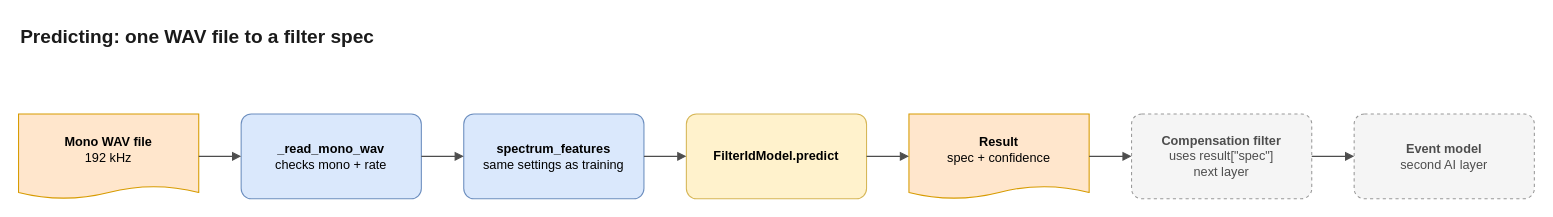
Before: page "3 · Predicting" (3 of 4) of docs/code-map/filter-id-code-map.drawio in Dialovos/fpga-audio-source-classifier, a draw.io diagram. Source tidied: cells renumbered, new cells numbered last; positions are measured from the earlier drawing's top-left corner, leaving out a move shared by most shapes. Both pictures are drawn from the tidied source at 106%, with x=0, y=0 at pixel (18, 18).
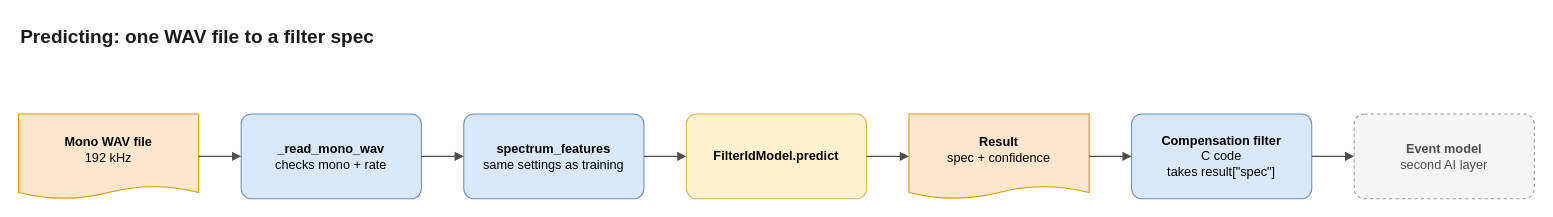
The same diagram, later.

What changed in the source:
```diff
@@
 <mxGraphModel>
   <root>
     <mxCell id="0" />
     <mxCell id="1" parent="0" />
     <mxCell id="2" value="Predicting: one WAV file to a filter spec" style="text;html=1;align=left;verticalAlign=middle;fontSize=18;fontStyle=1;fontColor=#1a1a1a;" parent="1" vertex="1">
       <mxGeometry width="700" height="36" as="geometry" />
     </mxCell>
     <mxCell id="3" value="&lt;b&gt;Mono WAV file&lt;/b&gt;&lt;br&gt;192 kHz" style="shape=document;size=0.15;boundedLbl=1;whiteSpace=wrap;html=1;fontSize=12;fillColor=#ffe6cc;strokeColor=#d79b00;" parent="1" vertex="1">
       <mxGeometry y="90" width="170" height="80" as="geometry" />
     </mxCell>
     <mxCell id="4" value="&lt;b&gt;_read_mono_wav&lt;/b&gt;&lt;br&gt;checks mono + rate" style="rounded=1;arcSize=12;whiteSpace=wrap;html=1;fontSize=12;fillColor=#dae8fc;strokeColor=#6c8ebf;" parent="1" vertex="1">
       <mxGeometry x="210" y="90" width="170" height="80" as="geometry" />
     </mxCell>
     <mxCell id="5" value="&lt;b&gt;spectrum_features&lt;/b&gt;&lt;br&gt;same settings as training" style="rounded=1;arcSize=12;whiteSpace=wrap;html=1;fontSize=12;fillColor=#dae8fc;strokeColor=#6c8ebf;" parent="1" vertex="1">
       <mxGeometry x="420" y="90" width="170" height="80" as="geometry" />
     </mxCell>
     <mxCell id="6" value="&lt;b&gt;FilterIdModel.predict&lt;/b&gt;" style="rounded=1;arcSize=12;whiteSpace=wrap;html=1;fontSize=12;fillColor=#fff2cc;strokeColor=#d6b656;" parent="1" vertex="1">
       <mxGeometry x="630" y="90" width="170" height="80" as="geometry" />
     </mxCell>
     <mxCell id="7" value="&lt;b&gt;Result&lt;/b&gt;&lt;br&gt;spec + confidence" style="shape=document;size=0.15;boundedLbl=1;whiteSpace=wrap;html=1;fontSize=12;fillColor=#ffe6cc;strokeColor=#d79b00;" parent="1" vertex="1">
       <mxGeometry x="840" y="90" width="170" height="80" as="geometry" />
     </mxCell>
-    <mxCell id="8" value="&lt;b&gt;Compensation filter&lt;/b&gt;&lt;br&gt;uses result[&quot;spec&quot;]&lt;br&gt;next layer" style="rounded=1;arcSize=12;whiteSpace=wrap;html=1;fontSize=12;fillColor=#f5f5f5;strokeColor=#999999;dashed=1;fontColor=#4d4d4d;" parent="1" vertex="1">
+    <mxCell id="8" value="&lt;b&gt;Compensation filter&lt;/b&gt;&lt;br&gt;C code&lt;br&gt;takes result[&quot;spec&quot;]" style="rounded=1;arcSize=12;whiteSpace=wrap;html=1;fontSize=12;fillColor=#dae8fc;strokeColor=#6c8ebf;" parent="1" vertex="1">
       <mxGeometry x="1050" y="90" width="170" height="80" as="geometry" />
     </mxCell>
     <mxCell id="9" value="&lt;b&gt;Event model&lt;/b&gt;&lt;br&gt;second AI layer" style="rounded=1;arcSize=12;whiteSpace=wrap;html=1;fontSize=12;fillColor=#f5f5f5;strokeColor=#999999;dashed=1;fontColor=#4d4d4d;" parent="1" vertex="1">
       <mxGeometry x="1260" y="90" width="170" height="80" as="geometry" />
     </mxCell>
     <mxCell id="10" style="edgeStyle=orthogonalEdgeStyle;rounded=0;jettySize=auto;html=1;strokeColor=#4d4d4d;fontSize=11;labelBackgroundColor=none;fontStyle=1;endArrow=block;endFill=1;exitX=1;exitY=0.5;exitDx=0;exitDy=0;entryX=0;entryY=0.5;entryDx=0;entryDy=0;" parent="1" edge="1" source="3" target="4">
       <mxGeometry relative="1" as="geometry" />
     </mxCell>
     <mxCell id="11" style="edgeStyle=orthogonalEdgeStyle;rounded=0;jettySize=auto;html=1;strokeColor=#4d4d4d;fontSize=11;labelBackgroundColor=none;fontStyle=1;endArrow=block;endFill=1;exitX=1;exitY=0.5;exitDx=0;exitDy=0;entryX=0;entryY=0.5;entryDx=0;entryDy=0;" parent="1" edge="1" source="4" target="5">
       <mxGeometry relative="1" as="geometry" />
     </mxCell>
     <mxCell id="12" style="edgeStyle=orthogonalEdgeStyle;rounded=0;jettySize=auto;html=1;strokeColor=#4d4d4d;fontSize=11;labelBackgroundColor=none;fontStyle=1;endArrow=block;endFill=1;exitX=1;exitY=0.5;exitDx=0;exitDy=0;entryX=0;entryY=0.5;entryDx=0;entryDy=0;" parent="1" edge="1" source="5" target="6">
       <mxGeometry relative="1" as="geometry" />
     </mxCell>
     <mxCell id="13" style="edgeStyle=orthogonalEdgeStyle;rounded=0;jettySize=auto;html=1;strokeColor=#4d4d4d;fontSize=11;labelBackgroundColor=none;fontStyle=1;endArrow=block;endFill=1;exitX=1;exitY=0.5;exitDx=0;exitDy=0;entryX=0;entryY=0.5;entryDx=0;entryDy=0;" parent="1" edge="1" source="6" target="7">
       <mxGeometry relative="1" as="geometry" />
     </mxCell>
     <mxCell id="14" style="edgeStyle=orthogonalEdgeStyle;rounded=0;jettySize=auto;html=1;strokeColor=#4d4d4d;fontSize=11;labelBackgroundColor=none;fontStyle=1;endArrow=block;endFill=1;exitX=1;exitY=0.5;exitDx=0;exitDy=0;entryX=0;entryY=0.5;entryDx=0;entryDy=0;" parent="1" edge="1" source="7" target="8">
       <mxGeometry relative="1" as="geometry" />
     </mxCell>
     <mxCell id="15" style="edgeStyle=orthogonalEdgeStyle;rounded=0;jettySize=auto;html=1;strokeColor=#4d4d4d;fontSize=11;labelBackgroundColor=none;fontStyle=1;endArrow=block;endFill=1;exitX=1;exitY=0.5;exitDx=0;exitDy=0;entryX=0;entryY=0.5;entryDx=0;entryDy=0;" parent="1" edge="1" source="8" target="9">
       <mxGeometry relative="1" as="geometry" />
     </mxCell>
   </root>
 </mxGraphModel>
```
